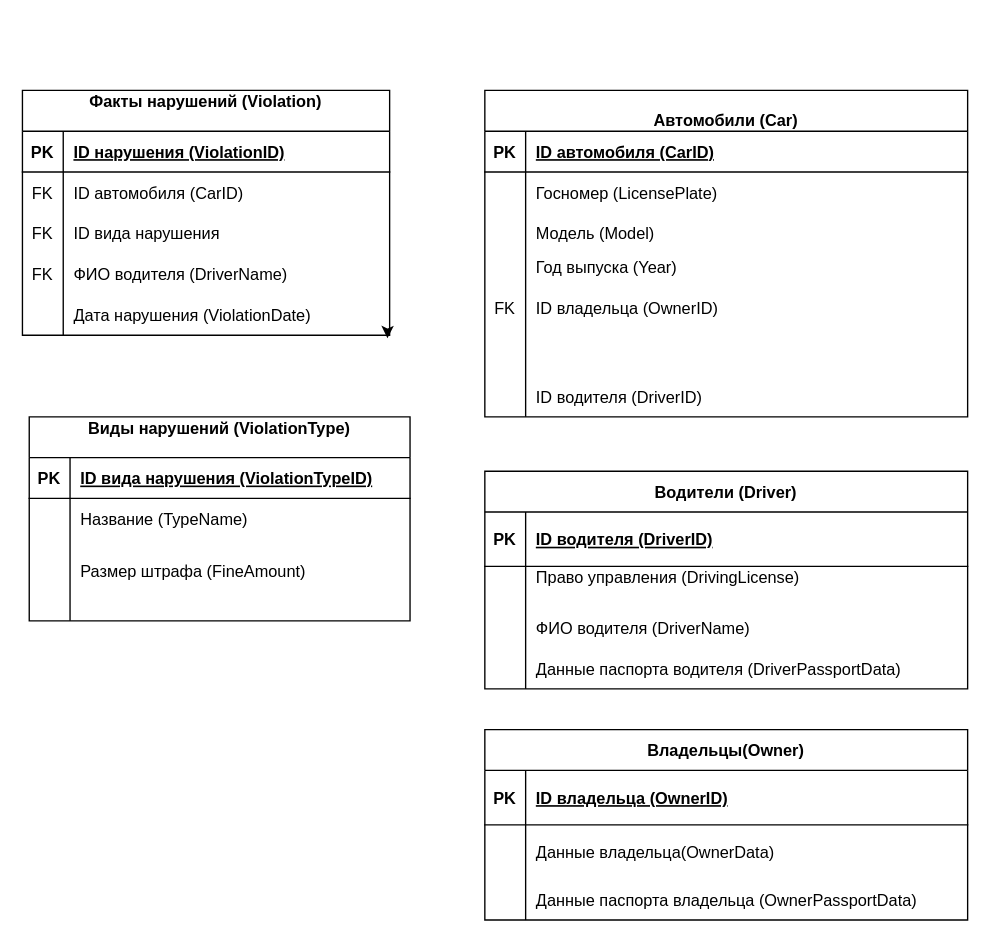
Bondareno/glass-containers keeps this draw.io diagram as Диаграмма без названия.drawio. Above is the earlier version. Source tidied: cells renumbered, new cells numbered last; positions are measured from the earlier drawing's top-left corner, leaving out a move shared by most shapes. Both pictures are drawn from the tidied source at 136%, with x=0, y=0 at pixel (22, 90).
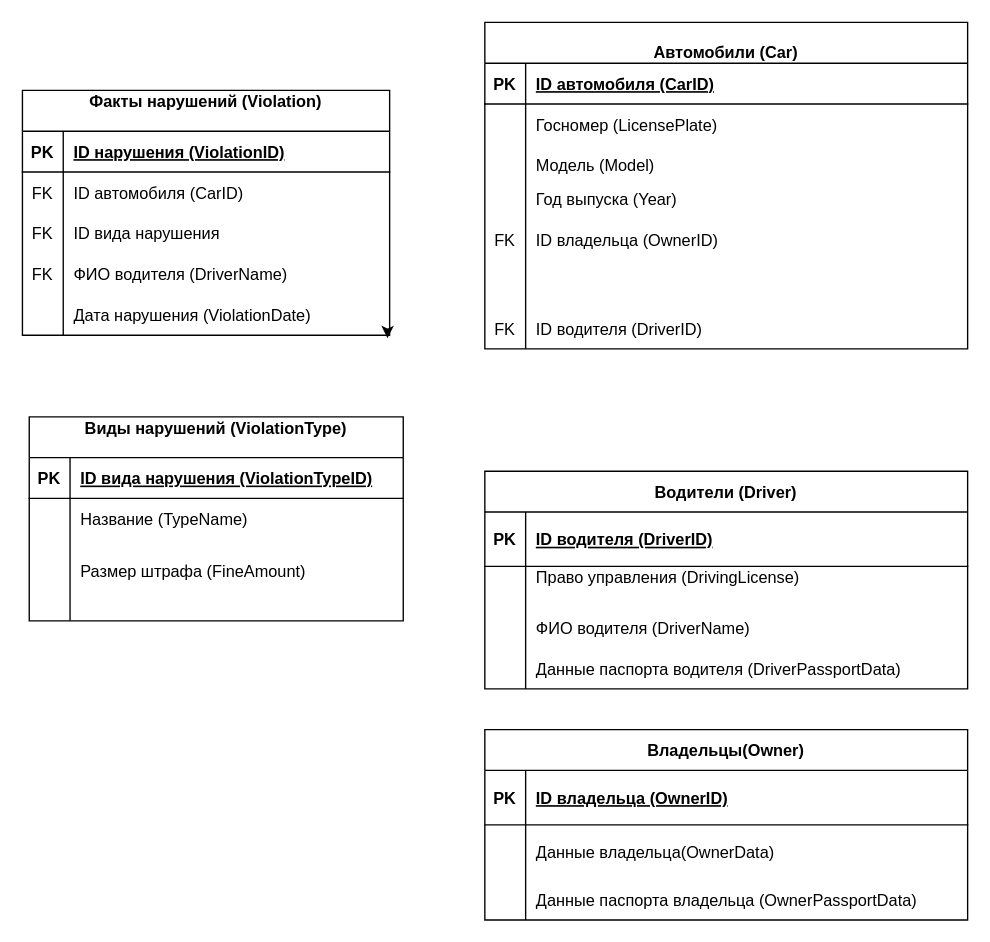
After the change.

Unchanged cells that the change refers to:
```xml
<mxCell id="48" style="shape=partialRectangle;fillColor=none;top=0;left=0;right=0;bottom=0;" parent="29" vertex="1">
  <mxGeometry y="210" width="355" height="30" as="geometry" />
</mxCell>
```

What changed in the source:
```diff
@@
     <mxCell id="2" value="Виды нарушений (ViolationType)&#10;" style="shape=table;startSize=30;childLayout=tableLayout;rowLines=0;fontStyle=1;align=center;" parent="1" vertex="1">
-      <mxGeometry x="5" y="240" width="280" height="150" as="geometry" />
+      <mxGeometry x="5" y="240" width="275" height="150" as="geometry" />
     </mxCell>
     <mxCell id="3" style="shape=partialRectangle;fillColor=none;top=0;left=0;right=0;bottom=1;" parent="2" vertex="1">
-      <mxGeometry y="30" width="280" height="30" as="geometry" />
+      <mxGeometry y="30" width="275" height="30" as="geometry" />
     </mxCell>
@@
     <mxCell id="5" value="ID вида нарушения (ViolationTypeID)" style="shape=partialRectangle;overflow=hidden;fillColor=none;top=0;left=0;bottom=0;right=0;align=left;spacingLeft=6;fontStyle=5;" parent="3" vertex="1">
-      <mxGeometry x="30" width="250" height="30" as="geometry" />
+      <mxGeometry x="30" width="245" height="30" as="geometry" />
     </mxCell>
     <mxCell id="6" style="shape=partialRectangle;fillColor=none;top=0;left=0;right=0;bottom=0;" parent="2" vertex="1">
-      <mxGeometry y="60" width="280" height="30" as="geometry" />
+      <mxGeometry y="60" width="275" height="30" as="geometry" />
     </mxCell>
@@
     <mxCell id="8" value="Название (TypeName)" style="shape=partialRectangle;overflow=hidden;fillColor=none;top=0;left=0;bottom=0;right=0;align=left;spacingLeft=6;" parent="6" vertex="1">
-      <mxGeometry x="30" width="250" height="30" as="geometry" />
+      <mxGeometry x="30" width="245" height="30" as="geometry" />
     </mxCell>
     <mxCell id="9" style="shape=partialRectangle;fillColor=none;top=0;left=0;right=0;bottom=0;" parent="2" vertex="1">
-      <mxGeometry y="90" width="280" height="60" as="geometry" />
+      <mxGeometry y="90" width="275" height="60" as="geometry" />
     </mxCell>
@@
     <mxCell id="11" value="Размер штрафа (FineAmount)&#10;" style="shape=partialRectangle;overflow=hidden;fillColor=none;top=0;left=0;bottom=0;right=0;align=left;spacingLeft=6;" parent="9" vertex="1">
-      <mxGeometry x="30" width="250" height="60" as="geometry" />
+      <mxGeometry x="30" width="245" height="60" as="geometry" />
     </mxCell>
@@
     <mxCell id="29" value="&#10;Автомобили (Car)" style="shape=table;startSize=30;childLayout=tableLayout;rowLines=0;fontStyle=1;align=center;" parent="1" vertex="1">
-      <mxGeometry x="340" width="355" height="240" as="geometry" />
+      <mxGeometry x="340" y="-50" width="355" height="240" as="geometry" />
     </mxCell>
@@
-    <mxCell id="49" style="shape=partialRectangle;overflow=hidden;fillColor=none;top=0;left=0;bottom=0;right=0;" parent="48" vertex="1">
+    <mxCell id="49" value="FK" style="shape=partialRectangle;overflow=hidden;fillColor=none;top=0;left=0;bottom=0;right=0;" parent="48" vertex="1">
       <mxGeometry width="30" height="30" as="geometry" />
     </mxCell>
@@
-    <mxCell id="74" style="shape=partialRectangle;overflow=hidden;fillColor=none;top=0;left=0;bottom=0;right=0;align=left;spacingLeft=6;" parent="1" vertex="1">
-      <mxGeometry x="370" y="180" width="325" height="30" as="geometry" />
-    </mxCell>
```
